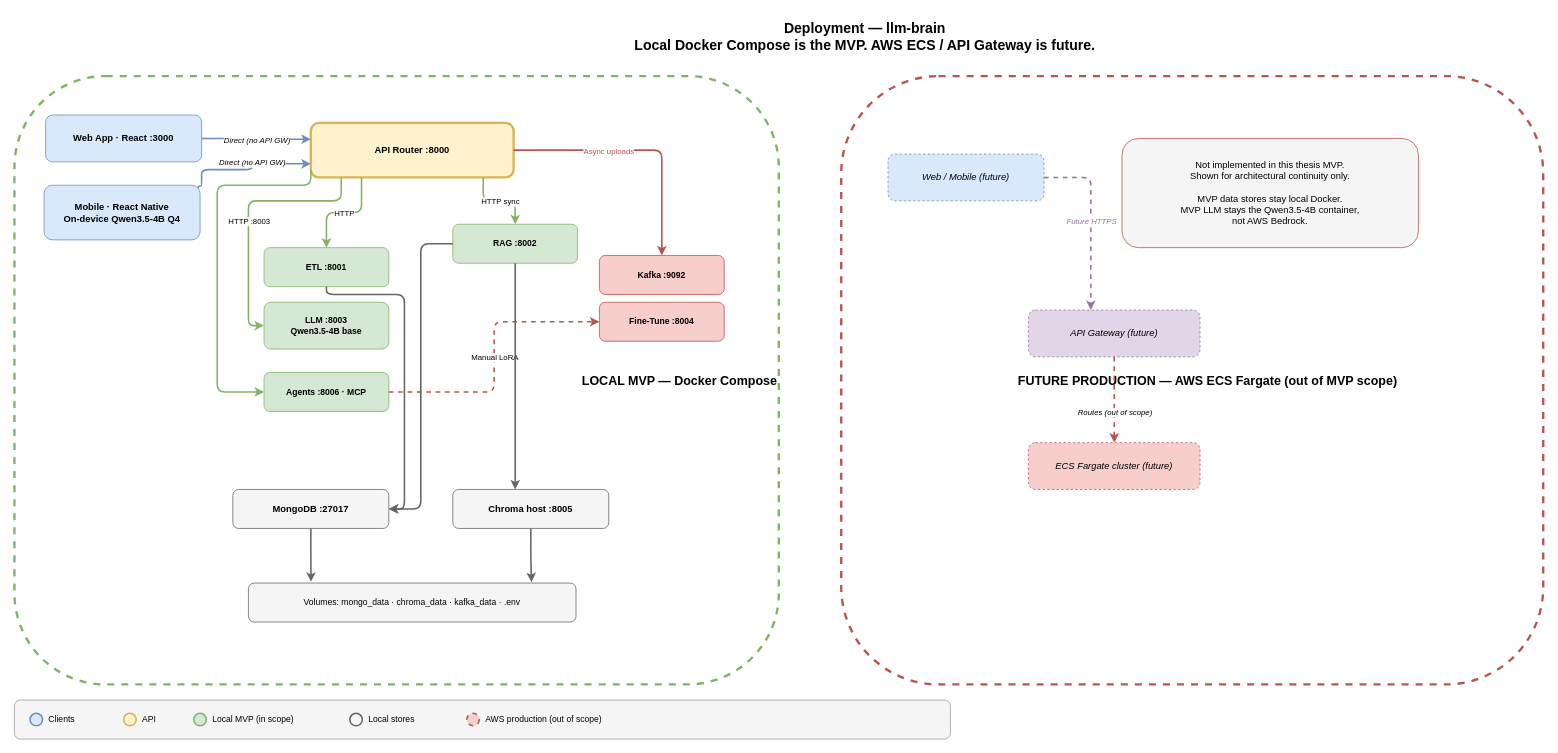
Before: openspec/changes/objective-1-0-architecture-repo/output/diagrams/deployment.drawio in da-ros/llm-brain, a draw.io diagram. Source tidied: cells renumbered, new cells numbered last; positions are measured from the earlier drawing's top-left corner, leaving out a move shared by most shapes. Both pictures are drawn from the tidied source at 78%, with x=0, y=0 at pixel (14, 13).
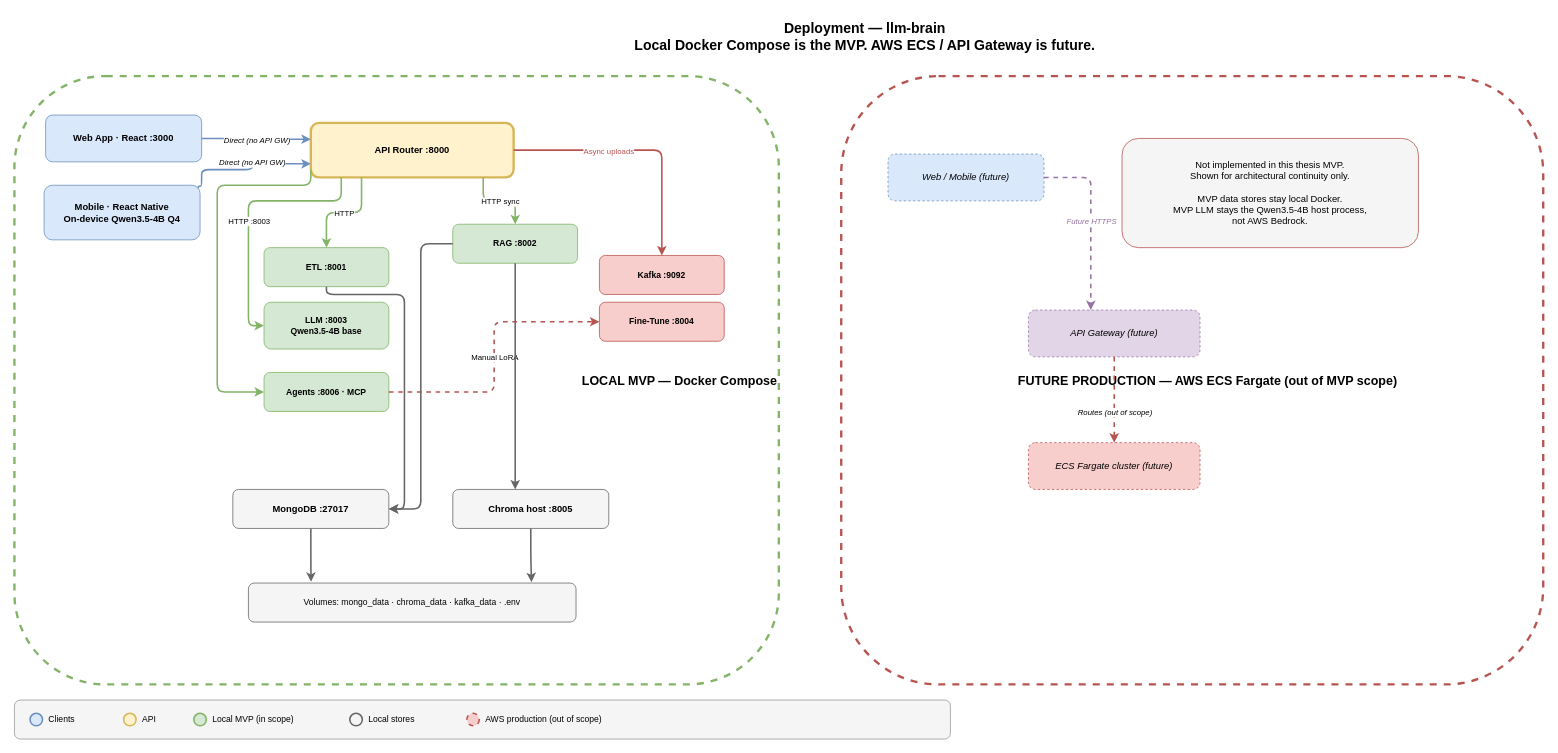
The same page after the edit.

What changed in the source:
```diff
@@
-    <mxCell id="38" value="Not implemented in this thesis MVP.&#10;Shown for architectural continuity only.&#10;&#10;MVP data stores stay local Docker.&#10;MVP LLM stays the Qwen3.5-4B container,&#10;not AWS Bedrock." style="rounded=1;whiteSpace=wrap;html=1;fillColor=#f5f5f5;strokeColor=#b85450;fontSize=12;" parent="1" vertex="1">
+    <mxCell id="38" value="Not implemented in this thesis MVP.&#10;Shown for architectural continuity only.&#10;&#10;MVP data stores stay local Docker.&#10;MVP LLM stays the Qwen3.5-4B host process,&#10;not AWS Bedrock." style="rounded=1;whiteSpace=wrap;html=1;fillColor=#f5f5f5;strokeColor=#b85450;fontSize=12;" parent="1" vertex="1">
       <mxGeometry x="1420" y="160" width="380" height="140" as="geometry" />
     </mxCell>
```
